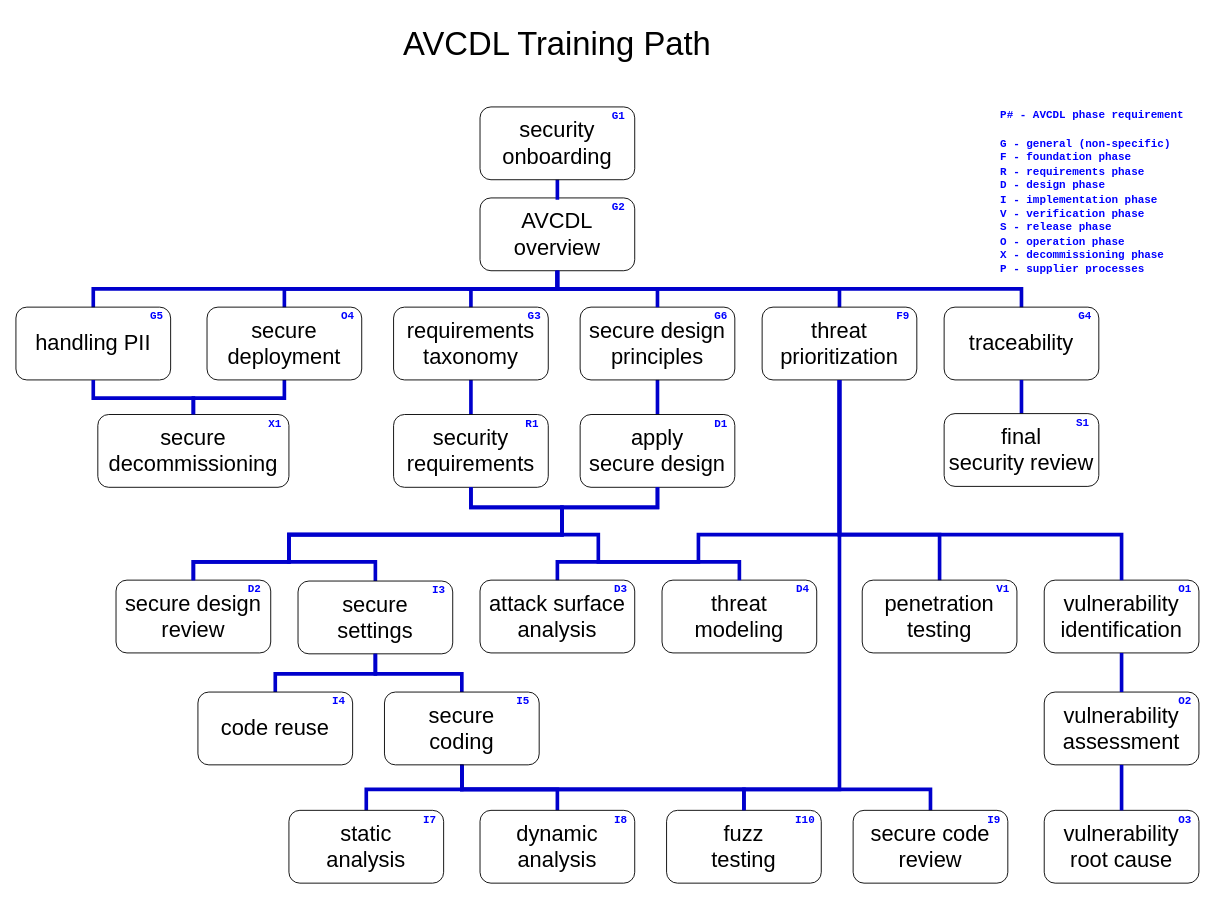
Above: page "AVCDL - wide" (2 of 3) of training/images/AVCDL training path/source/AVCDL training path.drawio in nutonomy/AVCDL (draw.io), before the change. Source tidied: cells renumbered, new cells numbered last; positions are measured from the earlier drawing's top-left corner, leaving out a move shared by most shapes. Both pictures are drawn from the tidied source at 91%, with x=0, y=0 at pixel (15, 15).
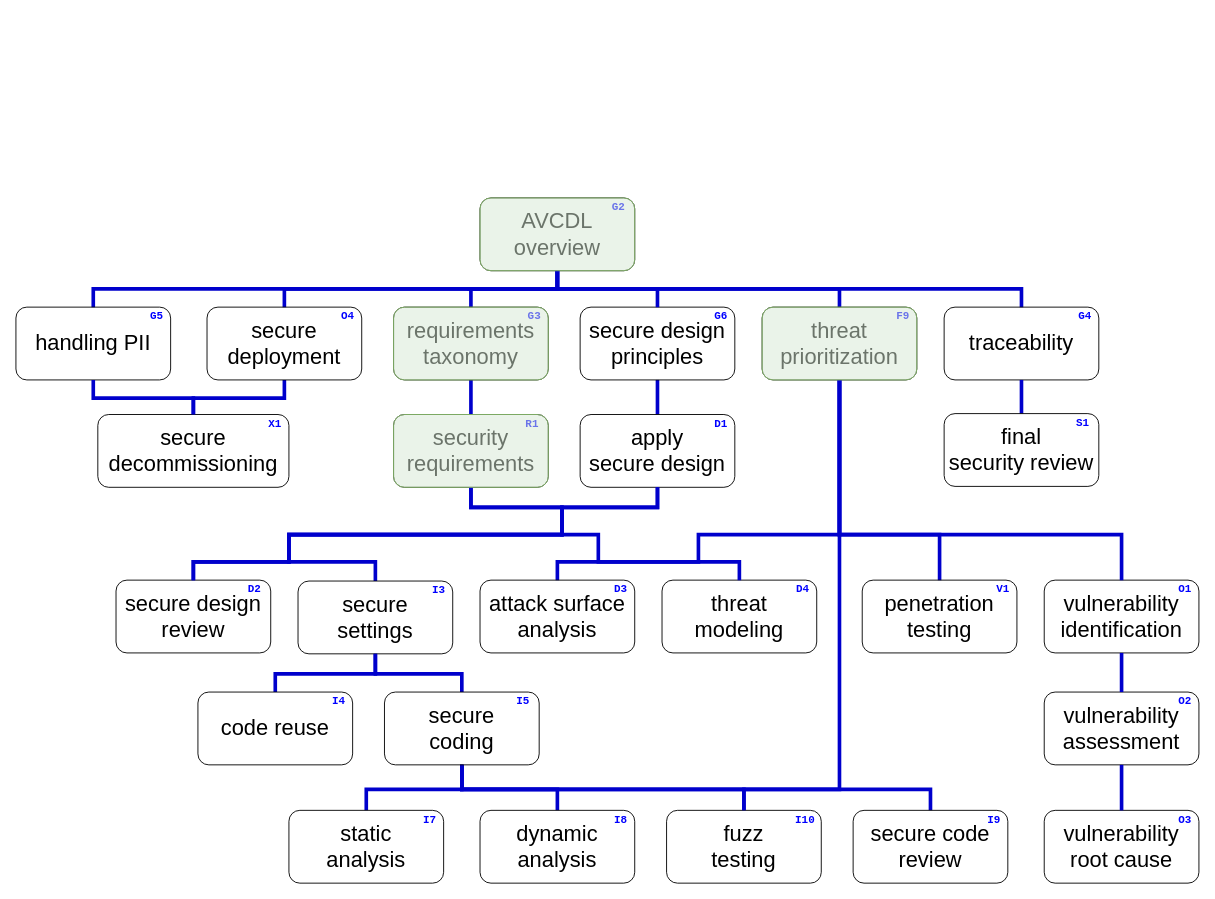
Above is the later version.

Change to the diagram source:
```diff
@@
-    <mxCell id="79" parent="0" />
-    <mxCell id="80" style="edgeStyle=orthogonalEdgeStyle;rounded=0;jettySize=auto;html=1;entryX=0.5;entryY=0;entryDx=0;entryDy=0;shadow=0;strokeWidth=4;strokeColor=#0000CC;endArrow=none;endFill=0;" parent="79" edge="1" source="81">
-      <mxGeometry relative="1" as="geometry">
-        <mxPoint x="595" y="202" as="targetPoint" />
-      </mxGeometry>
-    </mxCell>
-    <mxCell id="81" value="&lt;font style=&quot;font-size: 24px&quot;&gt;security onboarding&lt;/font&gt;" style="rounded=1;whiteSpace=wrap;html=1;fillColor=none;" parent="79" vertex="1">
-      <mxGeometry x="510" y="100" width="170" height="80" as="geometry" />
-    </mxCell>
-    <mxCell id="82" value="&lt;font face=&quot;Courier New&quot; color=&quot;#0000ff&quot;&gt;&lt;b&gt;G1&lt;/b&gt;&lt;/font&gt;" style="text;html=1;strokeColor=none;fillColor=none;align=center;verticalAlign=middle;whiteSpace=wrap;rounded=0;" parent="79" vertex="1">
-      <mxGeometry x="645" y="100" width="35" height="20" as="geometry" />
-    </mxCell>
-    <mxCell id="83" parent="0" />
-    <mxCell id="84" value="&lt;font face=&quot;Courier New&quot; color=&quot;#0000ff&quot;&gt;&lt;b&gt;P# - AVCDL phase requirement&lt;br&gt;&lt;br&gt;G - general (non-specific)&lt;br&gt;F - foundation phase&lt;br&gt;R - requirements phase&lt;br&gt;D - design phase&lt;br&gt;I - implementation phase&lt;br&gt;V - verification phase&lt;br&gt;S - release phase&lt;br&gt;O - operation phase&lt;br&gt;X - decommissioning phase&lt;br&gt;P - supplier processes&lt;br&gt;&lt;/b&gt;&lt;/font&gt;" style="text;html=1;strokeColor=none;fillColor=none;align=left;verticalAlign=middle;whiteSpace=wrap;rounded=0;" parent="83" vertex="1">
-      <mxGeometry x="1080" y="98" width="220" height="192" as="geometry" />
-    </mxCell>
-    <mxCell id="85" parent="0" />
-    <mxCell id="86" value="&lt;font style=&quot;font-size: 36px&quot;&gt;AVCDL Training Path&lt;/font&gt;" style="text;html=1;strokeColor=none;fillColor=none;align=center;verticalAlign=middle;whiteSpace=wrap;rounded=0;" parent="85" vertex="1">
-      <mxGeometry x="400" width="390" height="60" as="geometry" />
-    </mxCell>
+    <mxCell id="87" parent="0" />
+    <mxCell id="88" style="rounded=1;whiteSpace=wrap;html=1;fillColor=#d5e8d4;strokeColor=#82b366;strokeOpacity=100;fillOpacity=50;" parent="87" vertex="1">
+      <mxGeometry x="510" y="200" width="170" height="80" as="geometry" />
+    </mxCell>
+    <mxCell id="89" style="rounded=1;whiteSpace=wrap;html=1;fillColor=#d5e8d4;strokeColor=#82b366;strokeOpacity=100;fillOpacity=50;" parent="87" vertex="1">
+      <mxGeometry x="415" y="320" width="170" height="80" as="geometry" />
+    </mxCell>
+    <mxCell id="90" style="rounded=1;whiteSpace=wrap;html=1;fillColor=#d5e8d4;strokeColor=#82b366;strokeOpacity=100;fillOpacity=50;" parent="87" vertex="1">
+      <mxGeometry x="820" y="320" width="170" height="80" as="geometry" />
+    </mxCell>
+    <mxCell id="91" style="rounded=1;whiteSpace=wrap;html=1;fillColor=#d5e8d4;strokeColor=#82b366;strokeOpacity=100;fillOpacity=50;" parent="87" vertex="1">
+      <mxGeometry x="415" y="438" width="170" height="80" as="geometry" />
+    </mxCell>
```
